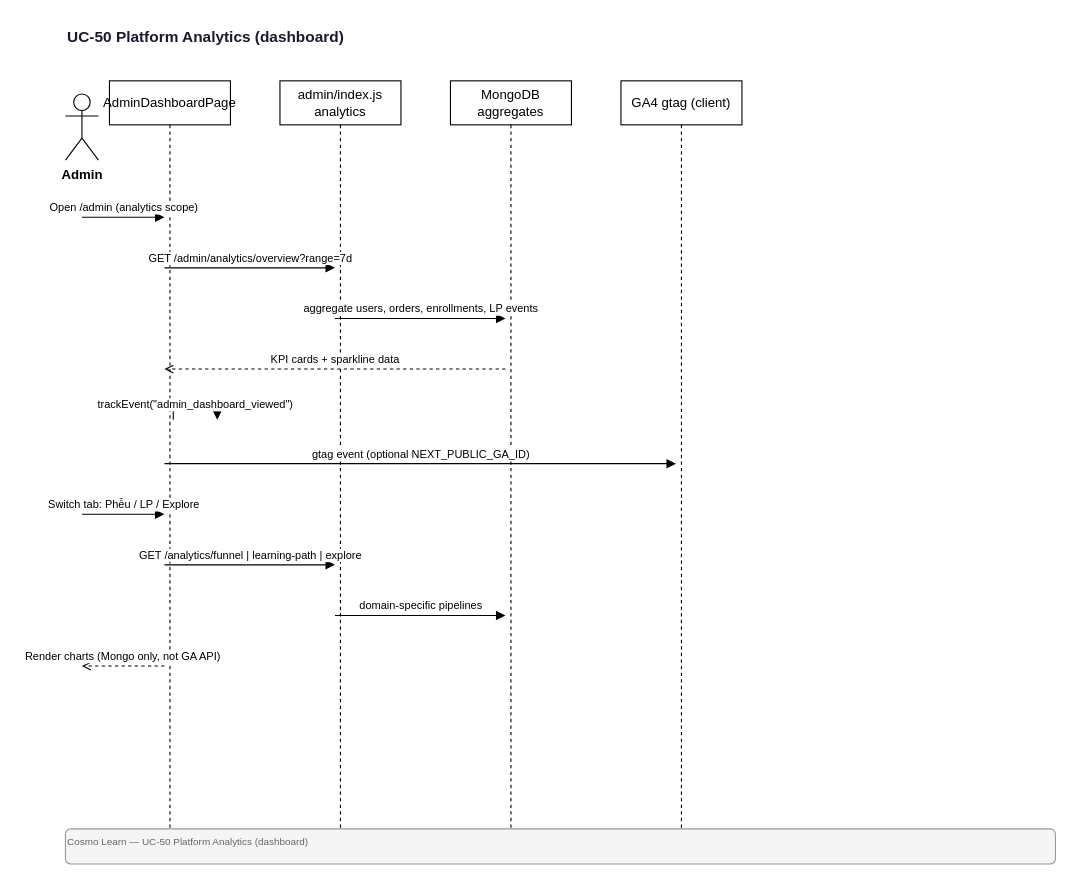
Above: docs/diagrams/sequence/UC-50-Platform-Analytics.drawio in quangg1/ASTRO_EDU (draw.io), before the change. Source tidied: cells renumbered, new cells numbered last; positions are measured from the earlier drawing's top-left corner, leaving out a move shared by most shapes. Both pictures are drawn from the tidied source at 110%, with x=0, y=0 at pixel (65, 19).
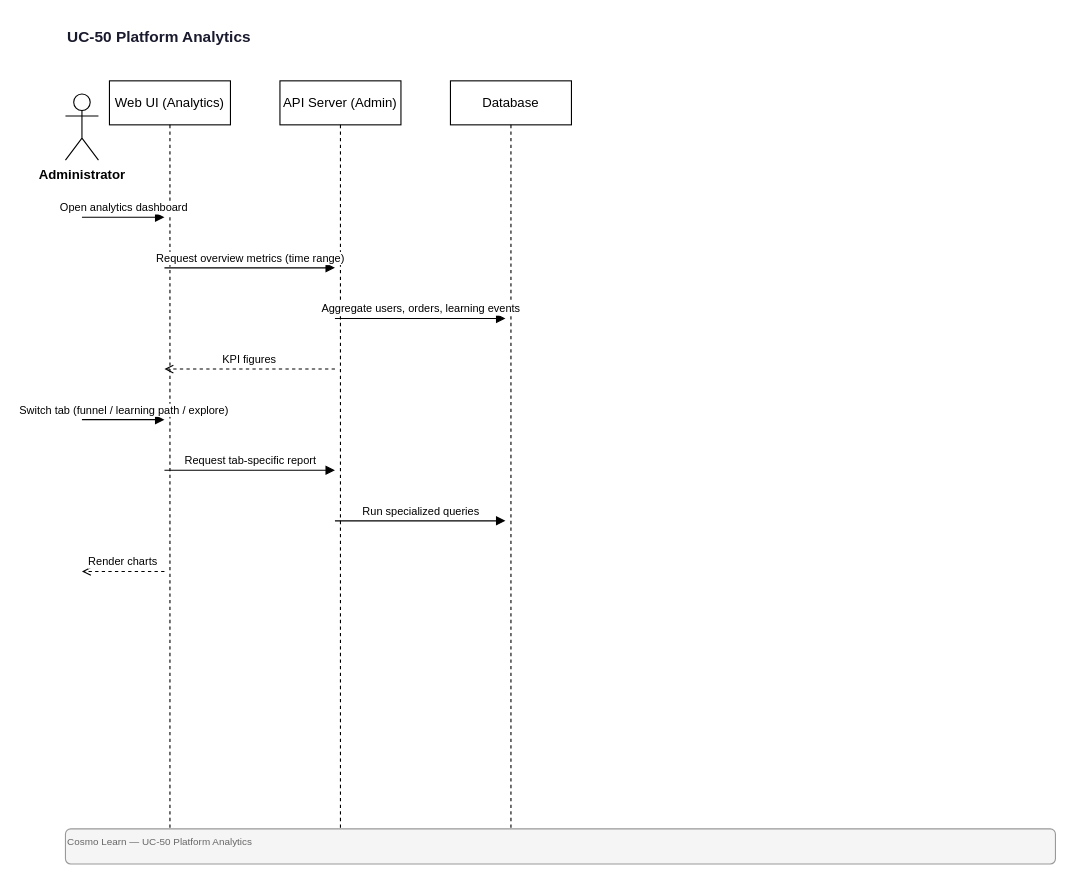
The same diagram, later.

Diff of the diagram source:
```diff
@@
-    <mxCell id="2" value="UC-50 Platform Analytics (dashboard)" style="text;html=1;strokeColor=none;fillColor=none;align=left;verticalAlign=middle;fontSize=14;fontStyle=1;fontColor=#1a1a2e;" parent="1" vertex="1">
+    <mxCell id="2" value="UC-50 Platform Analytics" style="text;html=1;strokeColor=none;fillColor=none;align=left;verticalAlign=middle;fontSize=14;fontStyle=1;fontColor=#1a1a2e;" parent="1" vertex="1">
       <mxGeometry width="900" height="32" as="geometry" />
     </mxCell>
-    <mxCell id="3" value="Admin" style="shape=umlActor;verticalLabelPosition=bottom;verticalAlign=top;html=1;fontSize=12;fontStyle=1;" parent="1" vertex="1">
+    <mxCell id="3" value="Administrator" style="shape=umlActor;verticalLabelPosition=bottom;verticalAlign=top;html=1;fontSize=12;fontStyle=1;" parent="1" vertex="1">
       <mxGeometry y="68" width="30" height="60" as="geometry" />
     </mxCell>
-    <mxCell id="4" value="AdminDashboardPage" style="shape=umlLifeline;perimeter=lifelinePerimeter;whiteSpace=wrap;html=1;size=40;" parent="1" vertex="1">
-      <mxGeometry x="40" y="56" width="110" height="682" as="geometry" />
-    </mxCell>
-    <mxCell id="5" value="admin/index.js analytics" style="shape=umlLifeline;perimeter=lifelinePerimeter;whiteSpace=wrap;html=1;size=40;" parent="1" vertex="1">
-      <mxGeometry x="195" y="56" width="110" height="682" as="geometry" />
-    </mxCell>
+    <mxCell id="19" value="Web UI (Analytics)" style="shape=umlLifeline;perimeter=lifelinePerimeter;whiteSpace=wrap;html=1;size=40;" parent="1" vertex="1">
+      <mxGeometry x="40" y="56" width="110" height="682" as="geometry" />
+    </mxCell>
+    <mxCell id="20" value="API Server (Admin)" style="shape=umlLifeline;perimeter=lifelinePerimeter;whiteSpace=wrap;html=1;size=40;" parent="1" vertex="1">
+      <mxGeometry x="195" y="56" width="110" height="682" as="geometry" />
+    </mxCell>
-    <mxCell id="6" value="MongoDB aggregates" style="shape=umlLifeline;perimeter=lifelinePerimeter;whiteSpace=wrap;html=1;size=40;" parent="1" vertex="1">
+    <mxCell id="6" value="Database" style="shape=umlLifeline;perimeter=lifelinePerimeter;whiteSpace=wrap;html=1;size=40;" parent="1" vertex="1">
       <mxGeometry x="350" y="56" width="110" height="682" as="geometry" />
     </mxCell>
-    <mxCell id="7" value="GA4 gtag (client)" style="shape=umlLifeline;perimeter=lifelinePerimeter;whiteSpace=wrap;html=1;size=40;" parent="1" vertex="1">
-      <mxGeometry x="505" y="56" width="110" height="682" as="geometry" />
-    </mxCell>
-    <mxCell id="8" value="Open /admin (analytics scope)" style="endArrow=block;endFill=1;html=1;fontSize=10;verticalAlign=bottom;" parent="1" edge="1">
+    <mxCell id="8" value="Open analytics dashboard" style="endArrow=block;endFill=1;html=1;fontSize=10;verticalAlign=bottom;" parent="1" edge="1">
       <mxGeometry relative="1" as="geometry">
         <mxPoint x="15" y="180" as="sourcePoint" />
         <mxPoint x="90" y="180" as="targetPoint" />
       </mxGeometry>
     </mxCell>
-    <mxCell id="9" value="GET /admin/analytics/overview?range=7d" style="endArrow=block;endFill=1;html=1;fontSize=10;verticalAlign=bottom;" parent="1" edge="1">
+    <mxCell id="9" value="Request overview metrics (time range)" style="endArrow=block;endFill=1;html=1;fontSize=10;verticalAlign=bottom;" parent="1" edge="1">
       <mxGeometry relative="1" as="geometry">
         <mxPoint x="90" y="226" as="sourcePoint" />
         <mxPoint x="245" y="226" as="targetPoint" />
       </mxGeometry>
     </mxCell>
-    <mxCell id="10" value="aggregate users, orders, enrollments, LP events" style="endArrow=block;endFill=1;html=1;fontSize=10;verticalAlign=bottom;" parent="1" edge="1">
+    <mxCell id="10" value="Aggregate users, orders, learning events" style="endArrow=block;endFill=1;html=1;fontSize=10;verticalAlign=bottom;" parent="1" edge="1">
       <mxGeometry relative="1" as="geometry">
         <mxPoint x="245" y="272" as="sourcePoint" />
         <mxPoint x="400" y="272" as="targetPoint" />
       </mxGeometry>
     </mxCell>
-    <mxCell id="11" value="KPI cards + sparkline data" style="endArrow=open;endFill=0;html=1;dashed=1;fontSize=10;verticalAlign=bottom;" parent="1" edge="1">
+    <mxCell id="11" value="KPI figures" style="endArrow=open;endFill=0;html=1;dashed=1;fontSize=10;verticalAlign=bottom;" parent="1" edge="1">
       <mxGeometry relative="1" as="geometry">
-        <mxPoint x="400" y="318" as="sourcePoint" />
+        <mxPoint x="245" y="318" as="sourcePoint" />
         <mxPoint x="90" y="318" as="targetPoint" />
       </mxGeometry>
     </mxCell>
-    <mxCell id="12" value="trackEvent(&quot;admin_dashboard_viewed&quot;)" style="endArrow=block;endFill=1;html=1;fontSize=10;edgeStyle=orthogonalEdgeStyle;rounded=0;" parent="1" edge="1">
+    <mxCell id="12" value="Switch tab (funnel / learning path / explore)" style="endArrow=block;endFill=1;html=1;fontSize=10;verticalAlign=bottom;" parent="1" edge="1">
       <mxGeometry relative="1" as="geometry">
-        <mxPoint x="98" y="364" as="sourcePoint" />
-        <mxPoint x="138" y="364" as="targetPoint" />
-        <Array as="points">
-          <mxPoint x="138" y="350" />
-          <mxPoint x="98" y="350" />
-        </Array>
+        <mxPoint x="15" y="364" as="sourcePoint" />
+        <mxPoint x="90" y="364" as="targetPoint" />
       </mxGeometry>
     </mxCell>
-    <mxCell id="13" value="gtag event (optional NEXT_PUBLIC_GA_ID)" style="endArrow=block;endFill=1;html=1;fontSize=10;verticalAlign=bottom;" parent="1" edge="1">
+    <mxCell id="13" value="Request tab-specific report" style="endArrow=block;endFill=1;html=1;fontSize=10;verticalAlign=bottom;" parent="1" edge="1">
       <mxGeometry relative="1" as="geometry">
-        <mxPoint x="90" y="404" as="sourcePoint" />
-        <mxPoint x="555" y="404" as="targetPoint" />
+        <mxPoint x="90" y="410" as="sourcePoint" />
+        <mxPoint x="245" y="410" as="targetPoint" />
       </mxGeometry>
     </mxCell>
-    <mxCell id="14" value="Switch tab: Phễu / LP / Explore" style="endArrow=block;endFill=1;html=1;fontSize=10;verticalAlign=bottom;" parent="1" edge="1">
+    <mxCell id="14" value="Run specialized queries" style="endArrow=block;endFill=1;html=1;fontSize=10;verticalAlign=bottom;" parent="1" edge="1">
       <mxGeometry relative="1" as="geometry">
-        <mxPoint x="15" y="450" as="sourcePoint" />
-        <mxPoint x="90" y="450" as="targetPoint" />
+        <mxPoint x="245" y="456" as="sourcePoint" />
+        <mxPoint x="400" y="456" as="targetPoint" />
       </mxGeometry>
     </mxCell>
-    <mxCell id="15" value="GET /analytics/funnel | learning-path | explore" style="endArrow=block;endFill=1;html=1;fontSize=10;verticalAlign=bottom;" parent="1" edge="1">
+    <mxCell id="15" value="Render charts" style="endArrow=open;endFill=0;html=1;dashed=1;fontSize=10;verticalAlign=bottom;" parent="1" edge="1">
       <mxGeometry relative="1" as="geometry">
-        <mxPoint x="90" y="496" as="sourcePoint" />
-        <mxPoint x="245" y="496" as="targetPoint" />
+        <mxPoint x="90" y="502" as="sourcePoint" />
+        <mxPoint x="15" y="502" as="targetPoint" />
       </mxGeometry>
     </mxCell>
-    <mxCell id="16" value="domain-specific pipelines" style="endArrow=block;endFill=1;html=1;fontSize=10;verticalAlign=bottom;" parent="1" edge="1">
-      <mxGeometry relative="1" as="geometry">
-        <mxPoint x="245" y="542" as="sourcePoint" />
-        <mxPoint x="400" y="542" as="targetPoint" />
-      </mxGeometry>
+    <mxCell id="16" value="Cosmo Learn — UC-50 Platform Analytics" style="text;html=1;strokeColor=#999;fillColor=#f5f5f5;align=left;verticalAlign=top;fontSize=9;fontColor=#666;rounded=1;" parent="1" vertex="1">
+      <mxGeometry y="736" width="900" height="32" as="geometry" />
     </mxCell>
-    <mxCell id="17" value="Render charts (Mongo only, not GA API)" style="endArrow=open;endFill=0;html=1;dashed=1;fontSize=10;verticalAlign=bottom;" parent="1" edge="1">
-      <mxGeometry relative="1" as="geometry">
-        <mxPoint x="90" y="588" as="sourcePoint" />
-        <mxPoint x="15" y="588" as="targetPoint" />
-      </mxGeometry>
-    </mxCell>
-    <mxCell id="18" value="Cosmo Learn — UC-50 Platform Analytics (dashboard)" style="text;html=1;strokeColor=#999;fillColor=#f5f5f5;align=left;verticalAlign=top;fontSize=9;fontColor=#666;rounded=1;" parent="1" vertex="1">
-      <mxGeometry y="736" width="900" height="32" as="geometry" />
-    </mxCell>
```
